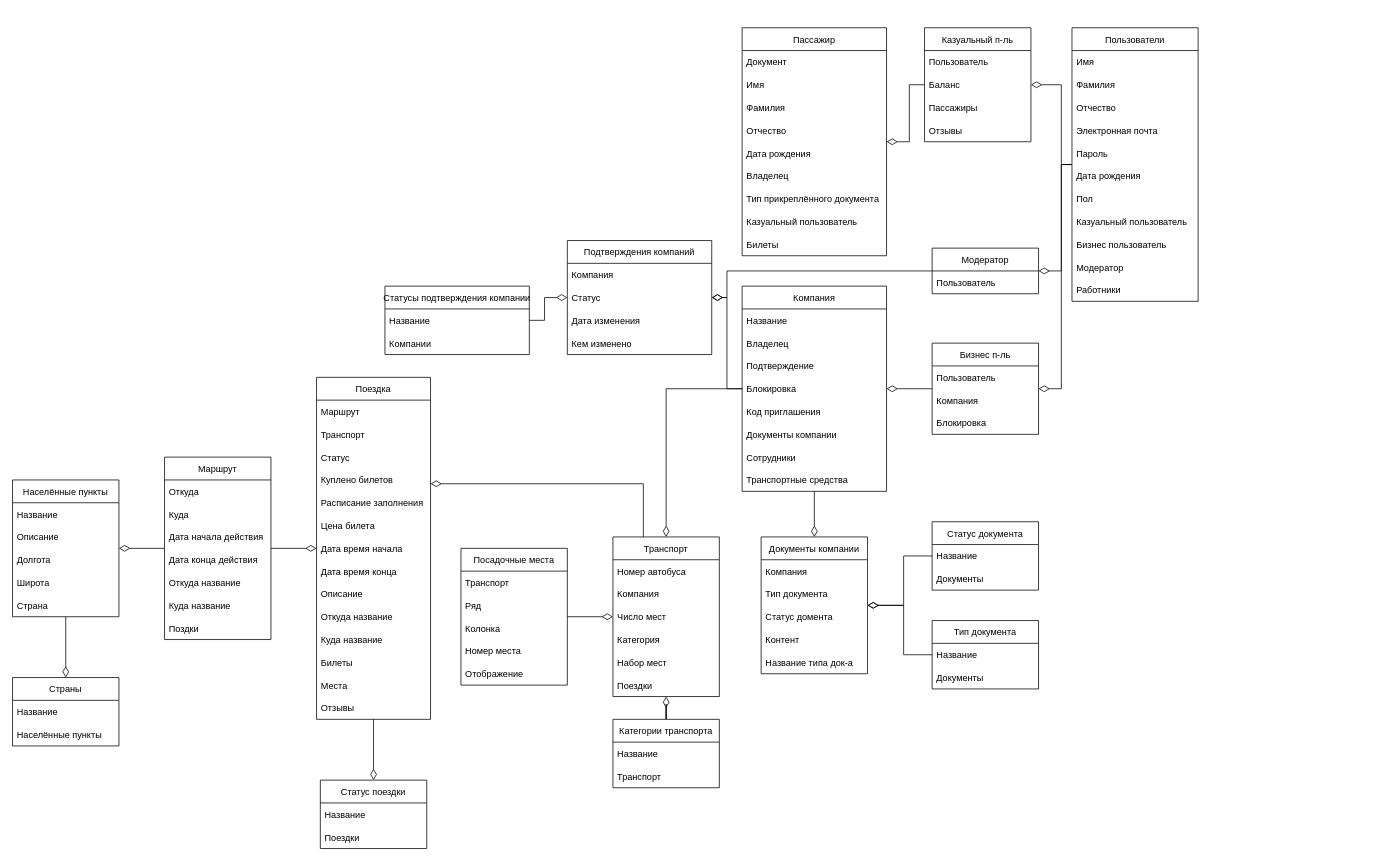
Before: class diagram back.drawio in vehicle-aggregator/docs, a draw.io diagram. Source tidied: cells renumbered, new cells numbered last; positions are measured from the earlier drawing's top-left corner, leaving out a move shared by most shapes. Both pictures are drawn from the tidied source at 76%, with x=0, y=0 at pixel (12, 27).
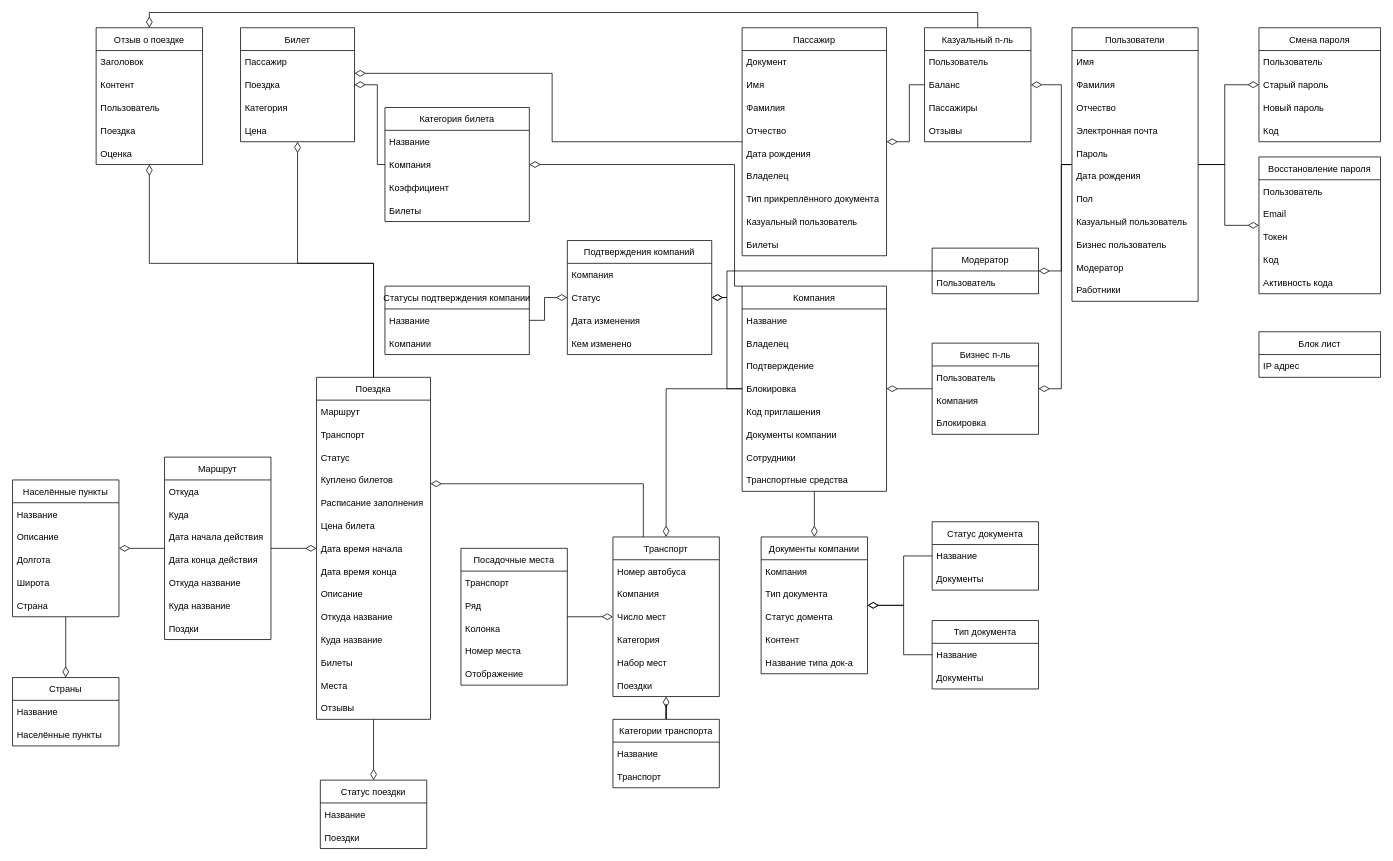
After the change.

The change refers to these unchanged cells:
```xml
<mxCell id="5" value="Пользователи" style="swimlane;fontStyle=0;horizontal=1;startSize=30;" parent="1" vertex="1">
  <mxGeometry x="1394" width="166" height="360" as="geometry" />
</mxCell>
<mxCell id="18" value="Казуальный п-ль" style="swimlane;fontStyle=0;horizontal=1;startSize=30;" parent="1" vertex="1">
  <mxGeometry x="1200" width="140" height="150" as="geometry" />
</mxCell>
<mxCell id="31" value="Пассажир" style="swimlane;fontStyle=0;horizontal=1;startSize=30;" parent="1" vertex="1">
  <mxGeometry x="960" width="190" height="300" as="geometry" />
</mxCell>
<mxCell id="43" value="Компания" style="swimlane;fontStyle=0;horizontal=1;startSize=30;" parent="1" vertex="1">
  <mxGeometry x="960" y="340" width="190" height="270" as="geometry" />
</mxCell>
<mxCell id="116" value="Поездка" style="swimlane;fontStyle=0;horizontal=1;startSize=30;" parent="1" vertex="1">
  <mxGeometry x="400" y="460" width="150" height="450" as="geometry" />
</mxCell>
```

Change to the diagram source:
```diff
@@
+    <mxCell id="134" style="edgeStyle=orthogonalEdgeStyle;rounded=0;jettySize=auto;html=1;endArrow=diamondThin;endFill=0;startSize=12;endSize=12;" parent="1" edge="1" source="5" target="152">
+      <mxGeometry relative="1" as="geometry" />
+    </mxCell>
+    <mxCell id="135" style="edgeStyle=orthogonalEdgeStyle;rounded=0;jettySize=auto;html=1;endArrow=diamondThin;endFill=0;startSize=12;endSize=12;" parent="1" edge="1" source="5" target="157">
+      <mxGeometry relative="1" as="geometry" />
+    </mxCell>
@@
+    <mxCell id="136" style="edgeStyle=orthogonalEdgeStyle;rounded=0;jettySize=auto;html=1;endArrow=diamondThin;endFill=0;startSize=12;endSize=12;" parent="1" edge="1" source="18" target="165">
+      <mxGeometry relative="1" as="geometry">
+        <Array as="points">
+          <mxPoint x="1270" y="-20" />
+          <mxPoint x="180" y="-20" />
+        </Array>
+      </mxGeometry>
+    </mxCell>
@@
+    <mxCell id="137" style="edgeStyle=orthogonalEdgeStyle;rounded=0;jettySize=auto;html=1;endArrow=diamondThin;endFill=0;startSize=12;endSize=12;" parent="1" edge="1" source="31" target="147">
+      <mxGeometry relative="1" as="geometry">
+        <Array as="points">
+          <mxPoint x="710" y="150" />
+          <mxPoint x="710" y="60" />
+        </Array>
+      </mxGeometry>
+    </mxCell>
@@
+    <mxCell id="138" style="edgeStyle=orthogonalEdgeStyle;rounded=0;jettySize=auto;html=1;endArrow=diamondThin;endFill=0;startSize=12;endSize=12;" parent="1" edge="1" source="43" target="142">
+      <mxGeometry relative="1" as="geometry">
+        <Array as="points">
+          <mxPoint x="950" y="340" />
+          <mxPoint x="950" y="180" />
+        </Array>
+      </mxGeometry>
+    </mxCell>
@@
+    <mxCell id="139" style="edgeStyle=orthogonalEdgeStyle;rounded=0;jettySize=auto;html=1;endArrow=diamondThin;endFill=0;startSize=12;endSize=12;" parent="1" edge="1" source="116" target="147">
+      <mxGeometry relative="1" as="geometry" />
+    </mxCell>
+    <mxCell id="140" style="edgeStyle=orthogonalEdgeStyle;rounded=0;jettySize=auto;html=1;endArrow=diamondThin;endFill=0;startSize=12;endSize=12;" parent="1" edge="1" source="116" target="165">
+      <mxGeometry relative="1" as="geometry">
+        <Array as="points">
+          <mxPoint x="475" y="310" />
+          <mxPoint x="180" y="310" />
+        </Array>
+      </mxGeometry>
+    </mxCell>
@@
+    <mxCell id="141" style="edgeStyle=orthogonalEdgeStyle;rounded=0;jettySize=auto;html=1;endArrow=diamondThin;endFill=0;startSize=12;endSize=12;" parent="1" edge="1" source="142" target="147">
+      <mxGeometry relative="1" as="geometry">
+        <Array as="points">
+          <mxPoint x="480" y="180" />
+          <mxPoint x="480" y="75" />
+        </Array>
+      </mxGeometry>
+    </mxCell>
+    <mxCell id="142" value="Категория билета" style="swimlane;fontStyle=0;horizontal=1;startSize=30;" parent="1" vertex="1">
+      <mxGeometry x="490" y="105" width="190" height="150" as="geometry" />
+    </mxCell>
+    <mxCell id="143" value="Название" style="text;strokeColor=none;fillColor=none;align=left;verticalAlign=middle;spacingLeft=4;spacingRight=4;overflow=hidden;" parent="142" vertex="1">
+      <mxGeometry y="30" width="190" height="30" as="geometry" />
+    </mxCell>
+    <mxCell id="144" value="Компания" style="text;strokeColor=none;fillColor=none;align=left;verticalAlign=middle;spacingLeft=4;spacingRight=4;overflow=hidden;" parent="142" vertex="1">
+      <mxGeometry y="60" width="190" height="30" as="geometry" />
+    </mxCell>
+    <mxCell id="145" value="Коэффициент" style="text;strokeColor=none;fillColor=none;align=left;verticalAlign=middle;spacingLeft=4;spacingRight=4;overflow=hidden;" parent="142" vertex="1">
+      <mxGeometry y="90" width="190" height="30" as="geometry" />
+    </mxCell>
+    <mxCell id="146" value="Билеты" style="text;strokeColor=none;fillColor=none;align=left;verticalAlign=middle;spacingLeft=4;spacingRight=4;overflow=hidden;" parent="142" vertex="1">
+      <mxGeometry y="120" width="190" height="30" as="geometry" />
+    </mxCell>
+    <mxCell id="147" value="Билет" style="swimlane;fontStyle=0;horizontal=1;startSize=30;" parent="1" vertex="1">
+      <mxGeometry x="300" width="150" height="150" as="geometry" />
+    </mxCell>
+    <mxCell id="148" value="Пассажир" style="text;strokeColor=none;fillColor=none;align=left;verticalAlign=middle;spacingLeft=4;spacingRight=4;overflow=hidden;" parent="147" vertex="1">
+      <mxGeometry y="30" width="150" height="30" as="geometry" />
+    </mxCell>
+    <mxCell id="149" value="Поездка" style="text;strokeColor=none;fillColor=none;align=left;verticalAlign=middle;spacingLeft=4;spacingRight=4;overflow=hidden;" parent="147" vertex="1">
+      <mxGeometry y="60" width="150" height="30" as="geometry" />
+    </mxCell>
+    <mxCell id="150" value="Категория" style="text;strokeColor=none;fillColor=none;align=left;verticalAlign=middle;spacingLeft=4;spacingRight=4;overflow=hidden;" parent="147" vertex="1">
+      <mxGeometry y="90" width="150" height="30" as="geometry" />
+    </mxCell>
+    <mxCell id="151" value="Цена" style="text;strokeColor=none;fillColor=none;align=left;verticalAlign=middle;spacingLeft=4;spacingRight=4;overflow=hidden;" parent="147" vertex="1">
+      <mxGeometry y="120" width="150" height="30" as="geometry" />
+    </mxCell>
+    <mxCell id="152" value="Смена пароля" style="swimlane;fontStyle=0;horizontal=1;startSize=30;" parent="1" vertex="1">
+      <mxGeometry x="1640" width="160" height="150" as="geometry" />
+    </mxCell>
+    <mxCell id="153" value="Пользователь" style="text;strokeColor=none;fillColor=none;align=left;verticalAlign=middle;spacingLeft=4;spacingRight=4;overflow=hidden;" parent="152" vertex="1">
+      <mxGeometry y="30" width="160" height="30" as="geometry" />
+    </mxCell>
+    <mxCell id="154" value="Старый пароль" style="text;strokeColor=none;fillColor=none;align=left;verticalAlign=middle;spacingLeft=4;spacingRight=4;overflow=hidden;" parent="152" vertex="1">
+      <mxGeometry y="60" width="160" height="30" as="geometry" />
+    </mxCell>
+    <mxCell id="155" value="Новый пароль" style="text;strokeColor=none;fillColor=none;align=left;verticalAlign=middle;spacingLeft=4;spacingRight=4;overflow=hidden;" parent="152" vertex="1">
+      <mxGeometry y="90" width="160" height="30" as="geometry" />
+    </mxCell>
+    <mxCell id="156" value="Код" style="text;strokeColor=none;fillColor=none;align=left;verticalAlign=middle;spacingLeft=4;spacingRight=4;overflow=hidden;" parent="152" vertex="1">
+      <mxGeometry y="120" width="160" height="30" as="geometry" />
+    </mxCell>
+    <mxCell id="157" value="Восстановление пароля" style="swimlane;fontStyle=0;horizontal=1;startSize=30;" parent="1" vertex="1">
+      <mxGeometry x="1640" y="170" width="160" height="180" as="geometry" />
+    </mxCell>
+    <mxCell id="158" value="Пользователь" style="text;strokeColor=none;fillColor=none;align=left;verticalAlign=middle;spacingLeft=4;spacingRight=4;overflow=hidden;" parent="157" vertex="1">
+      <mxGeometry y="30" width="160" height="30" as="geometry" />
+    </mxCell>
+    <mxCell id="159" value="Email" style="text;strokeColor=none;fillColor=none;align=left;verticalAlign=middle;spacingLeft=4;spacingRight=4;overflow=hidden;" parent="157" vertex="1">
+      <mxGeometry y="60" width="160" height="30" as="geometry" />
+    </mxCell>
+    <mxCell id="160" value="Токен" style="text;strokeColor=none;fillColor=none;align=left;verticalAlign=middle;spacingLeft=4;spacingRight=4;overflow=hidden;" parent="157" vertex="1">
+      <mxGeometry y="90" width="160" height="30" as="geometry" />
+    </mxCell>
+    <mxCell id="161" value="Код" style="text;strokeColor=none;fillColor=none;align=left;verticalAlign=middle;spacingLeft=4;spacingRight=4;overflow=hidden;" parent="157" vertex="1">
+      <mxGeometry y="120" width="160" height="30" as="geometry" />
+    </mxCell>
+    <mxCell id="162" value="Активность кода" style="text;strokeColor=none;fillColor=none;align=left;verticalAlign=middle;spacingLeft=4;spacingRight=4;overflow=hidden;" parent="157" vertex="1">
+      <mxGeometry y="150" width="160" height="30" as="geometry" />
+    </mxCell>
+    <mxCell id="163" value="Блок лист" style="swimlane;fontStyle=0;horizontal=1;startSize=30;" parent="1" vertex="1">
+      <mxGeometry x="1640" y="400" width="160" height="60" as="geometry" />
+    </mxCell>
+    <mxCell id="164" value="IP адрес" style="text;strokeColor=none;fillColor=none;align=left;verticalAlign=middle;spacingLeft=4;spacingRight=4;overflow=hidden;" parent="163" vertex="1">
+      <mxGeometry y="30" width="160" height="30" as="geometry" />
+    </mxCell>
+    <mxCell id="165" value="Отзыв о поездке" style="swimlane;fontStyle=0;horizontal=1;startSize=30;" parent="1" vertex="1">
+      <mxGeometry x="110" width="140" height="180" as="geometry" />
+    </mxCell>
+    <mxCell id="166" value="Заголовок" style="text;strokeColor=none;fillColor=none;align=left;verticalAlign=middle;spacingLeft=4;spacingRight=4;overflow=hidden;" parent="165" vertex="1">
+      <mxGeometry y="30" width="140" height="30" as="geometry" />
+    </mxCell>
+    <mxCell id="167" value="Контент" style="text;strokeColor=none;fillColor=none;align=left;verticalAlign=middle;spacingLeft=4;spacingRight=4;overflow=hidden;" parent="165" vertex="1">
+      <mxGeometry y="60" width="140" height="30" as="geometry" />
+    </mxCell>
+    <mxCell id="168" value="Пользователь" style="text;strokeColor=none;fillColor=none;align=left;verticalAlign=middle;spacingLeft=4;spacingRight=4;overflow=hidden;" parent="165" vertex="1">
+      <mxGeometry y="90" width="140" height="30" as="geometry" />
+    </mxCell>
+    <mxCell id="169" value="Поездка" style="text;strokeColor=none;fillColor=none;align=left;verticalAlign=middle;spacingLeft=4;spacingRight=4;overflow=hidden;" parent="165" vertex="1">
+      <mxGeometry y="120" width="140" height="30" as="geometry" />
+    </mxCell>
+    <mxCell id="170" value="Оценка" style="text;strokeColor=none;fillColor=none;align=left;verticalAlign=middle;spacingLeft=4;spacingRight=4;overflow=hidden;" parent="165" vertex="1">
+      <mxGeometry y="150" width="140" height="30" as="geometry" />
+    </mxCell>
```
